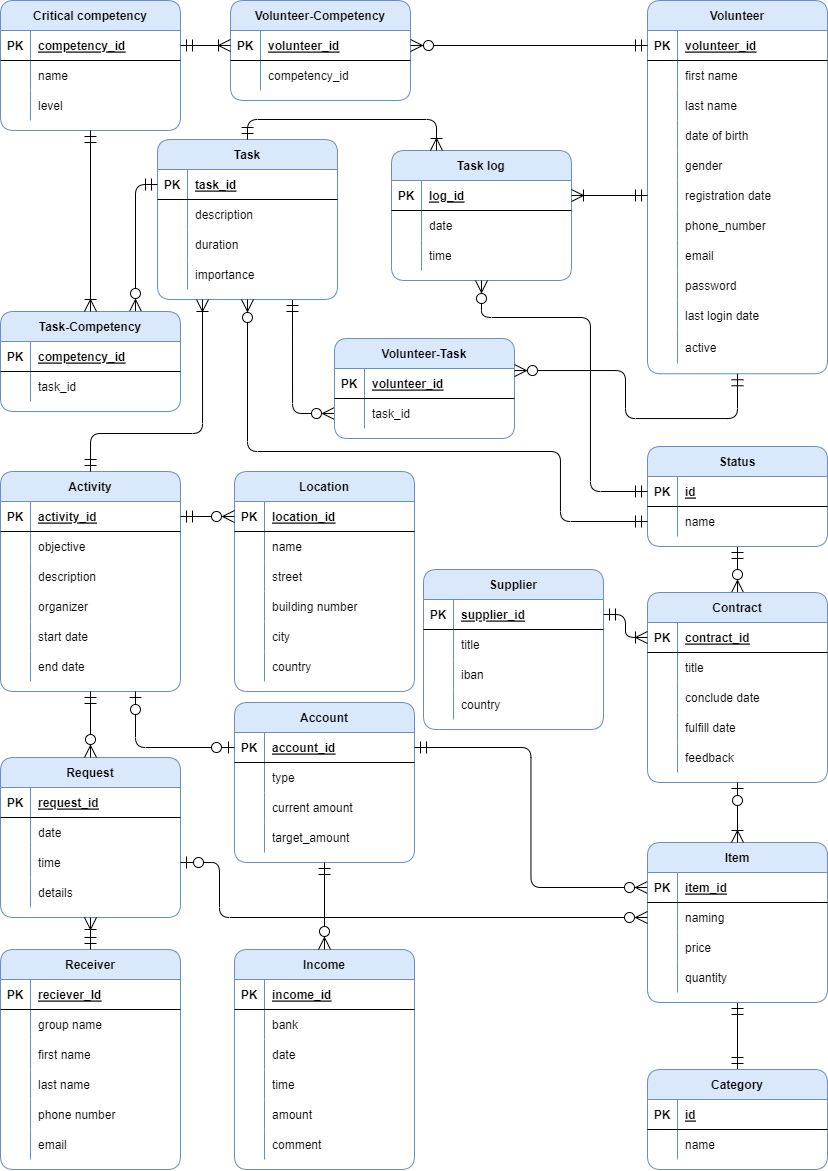
Above: ERD.png in C4ptainHook/Database-Coursework (draw.io), before the change. Source tidied: cells renumbered, new cells last; positions are measured from the earlier drawing's top-left corner, leaving out a move shared by most shapes.
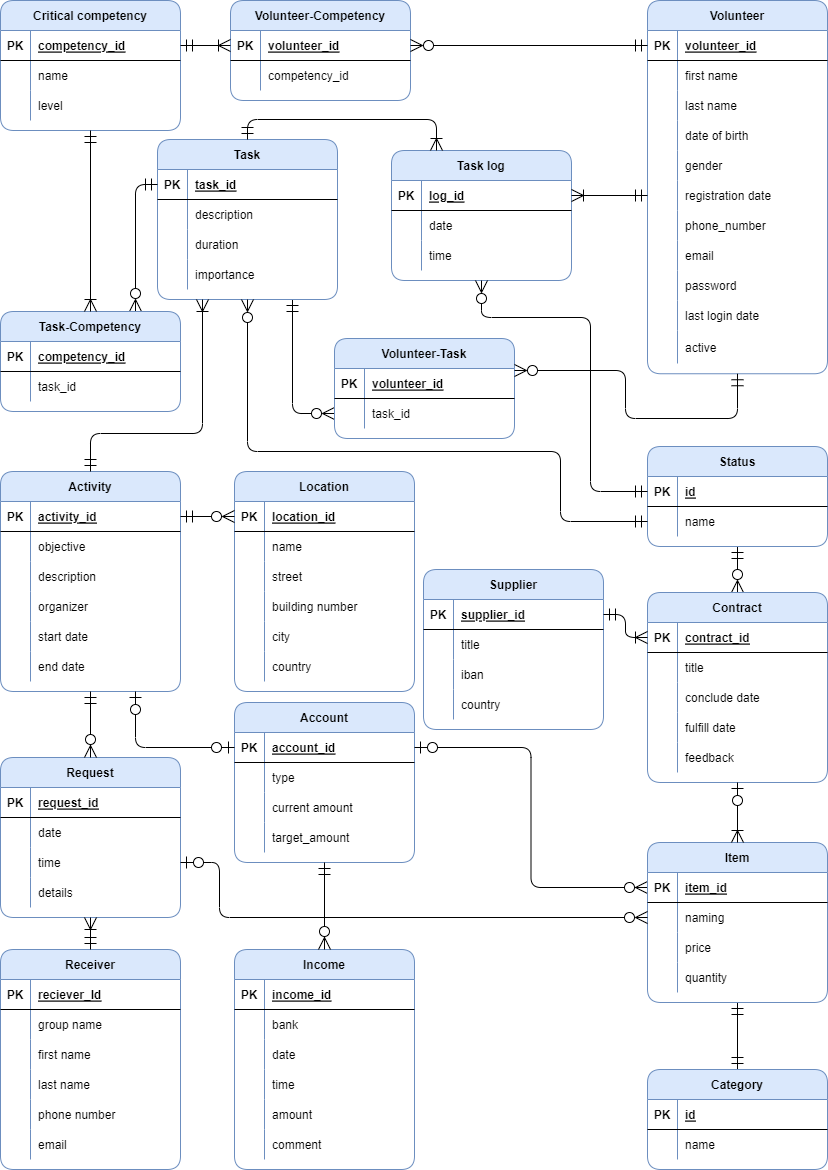
Later version of the same file.

Commit message:
4 procedures, 2 func, 3 trig

The edit, as a diff of the source:
```diff
@@ -559,7 +559,7 @@
     <mxCell id="185" style="fontSize=12;html=1;endArrow=ERzeroToOne;endFill=1;rounded=1;startSize=10;endSize=10;exitX=0;exitY=0.5;exitDx=0;exitDy=0;entryX=0.75;entryY=1;entryDx=0;entryDy=0;startArrow=ERzeroToOne;startFill=0;edgeStyle=orthogonalEdgeStyle;" parent="1" edge="1" source="104" target="32">
       <mxGeometry relative="1" as="geometry" />
     </mxCell>
-    <mxCell id="186" style="edgeStyle=orthogonalEdgeStyle;fontSize=12;html=1;endArrow=ERzeroToMany;startArrow=ERmandOne;rounded=1;entryX=0;entryY=0.5;entryDx=0;entryDy=0;exitX=1;exitY=0.5;exitDx=0;exitDy=0;endSize=10;startSize=10;" parent="1" edge="1" source="104" target="189">
+    <mxCell id="186" style="edgeStyle=orthogonalEdgeStyle;fontSize=12;html=1;endArrow=ERzeroToMany;startArrow=ERzeroToOne;rounded=1;entryX=0;entryY=0.5;entryDx=0;entryDy=0;exitX=1;exitY=0.5;exitDx=0;exitDy=0;endSize=10;startSize=10;startFill=0;" parent="1" edge="1" source="104" target="189">
       <mxGeometry relative="1" as="geometry" />
     </mxCell>
     <mxCell id="187" style="edgeStyle=orthogonalEdgeStyle;rounded=1;jettySize=auto;html=1;exitX=0.5;exitY=1;exitDx=0;exitDy=0;startArrow=ERmandOne;startFill=0;endArrow=ERmandOne;endFill=0;endSize=10;startSize=10;" parent="1" edge="1" source="188" target="221">
```
